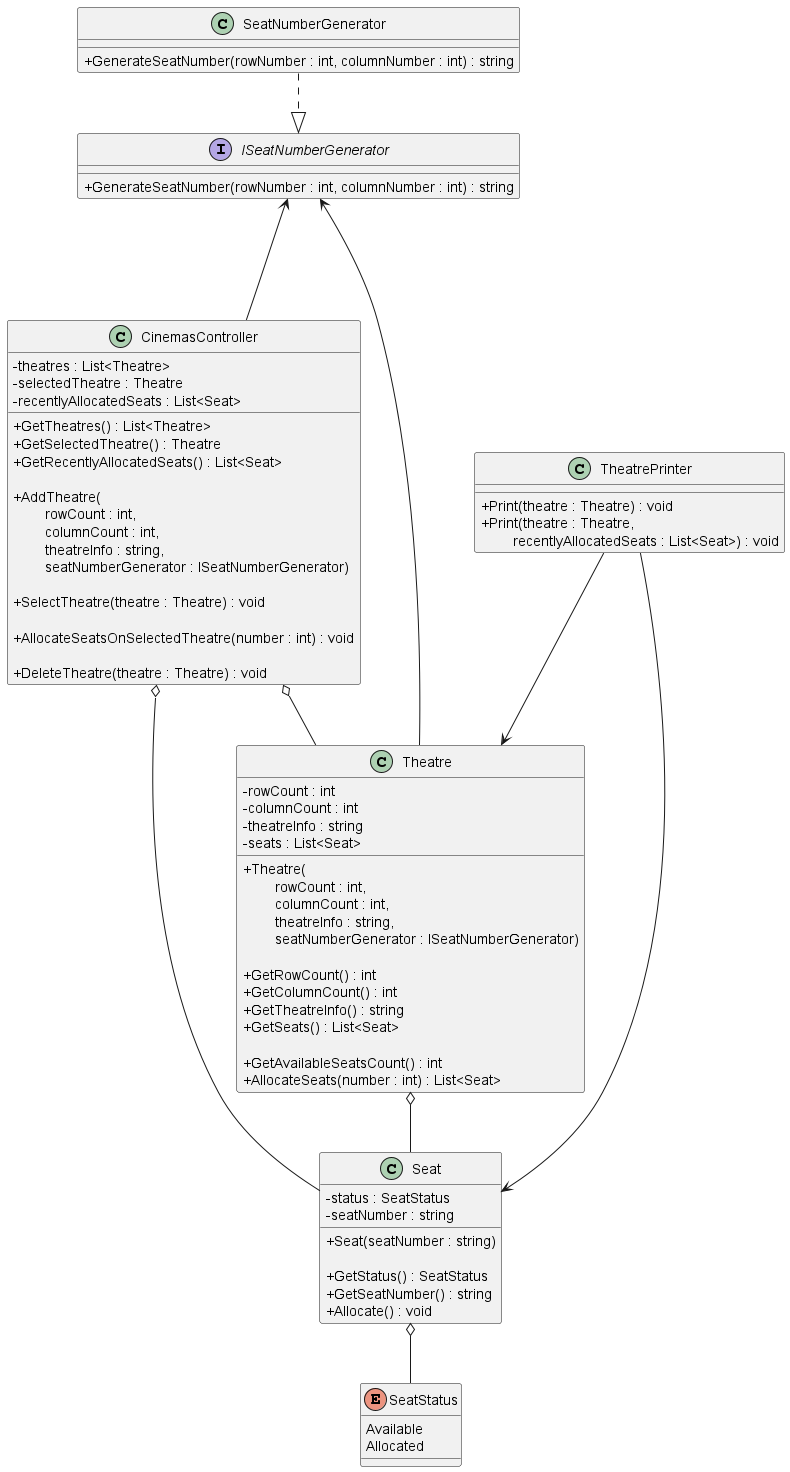
Earlier version of the PlantUML export diagrams/cinnamon cinemas.png (iamfranco/CinnamonCinemasChallenge).
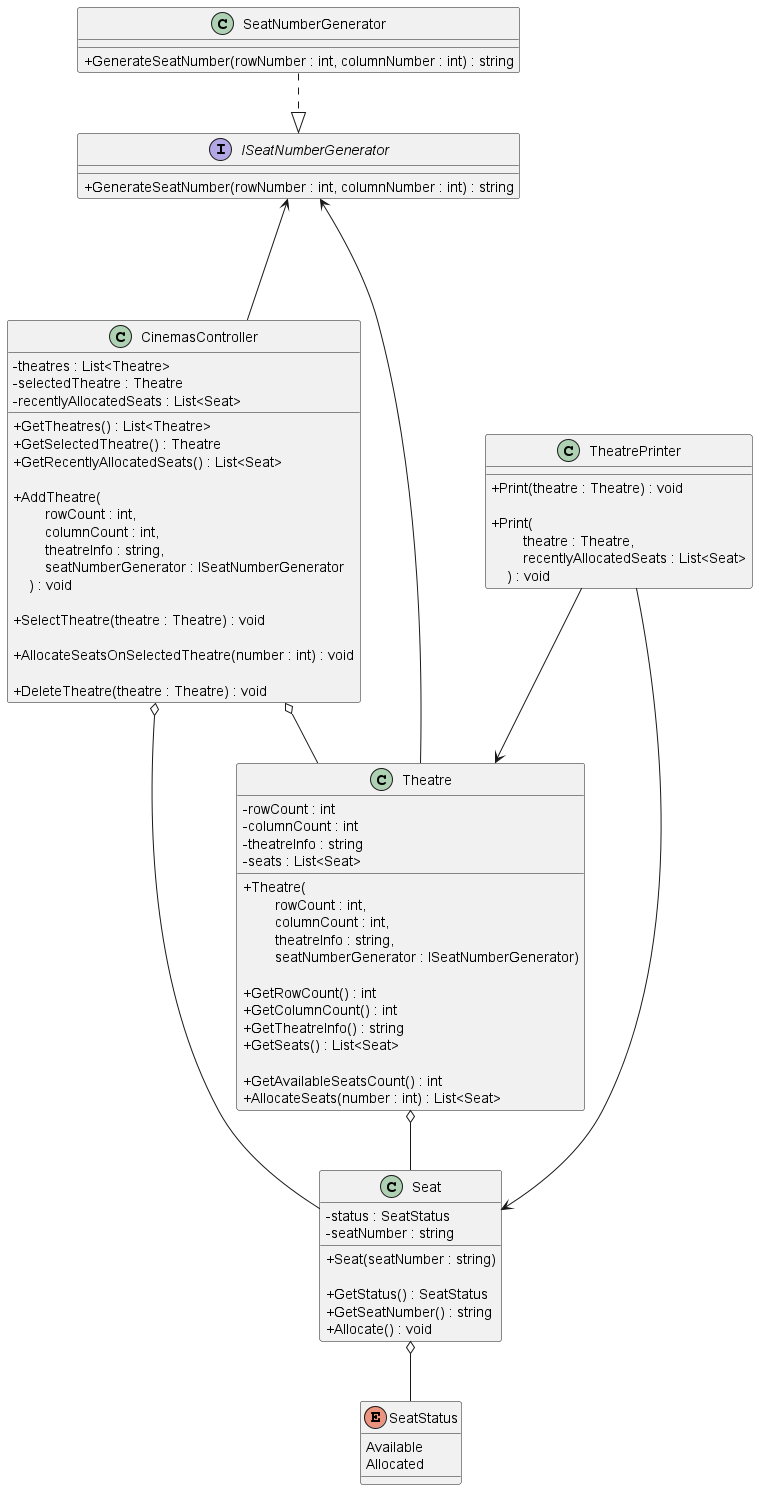
After the commit.

Commit message:
UML: move long line parameters into multiple lines

Diff of the diagram source:
```diff
@@ -3,7 +3,8 @@
 
 class TheatrePrinter {
     + Print(theatre : Theatre) : void
-    + Print(theatre : Theatre, \n        recentlyAllocatedSeats : List<Seat>) : void
+
+    + Print(\n        theatre : Theatre, \n        recentlyAllocatedSeats : List<Seat>\n    ) : void
 }
 
 interface ISeatNumberGenerator {
@@ -23,7 +24,7 @@
     + GetSelectedTheatre() : Theatre
     + GetRecentlyAllocatedSeats() : List<Seat>
 
-    + AddTheatre(\n        rowCount : int, \n        columnCount : int, \n        theatreInfo : string, \n        seatNumberGenerator : ISeatNumberGenerator)
+    + AddTheatre(\n        rowCount : int, \n        columnCount : int, \n        theatreInfo : string, \n        seatNumberGenerator : ISeatNumberGenerator\n    ) : void
 
     + SelectTheatre(theatre : Theatre) : void
 
```
